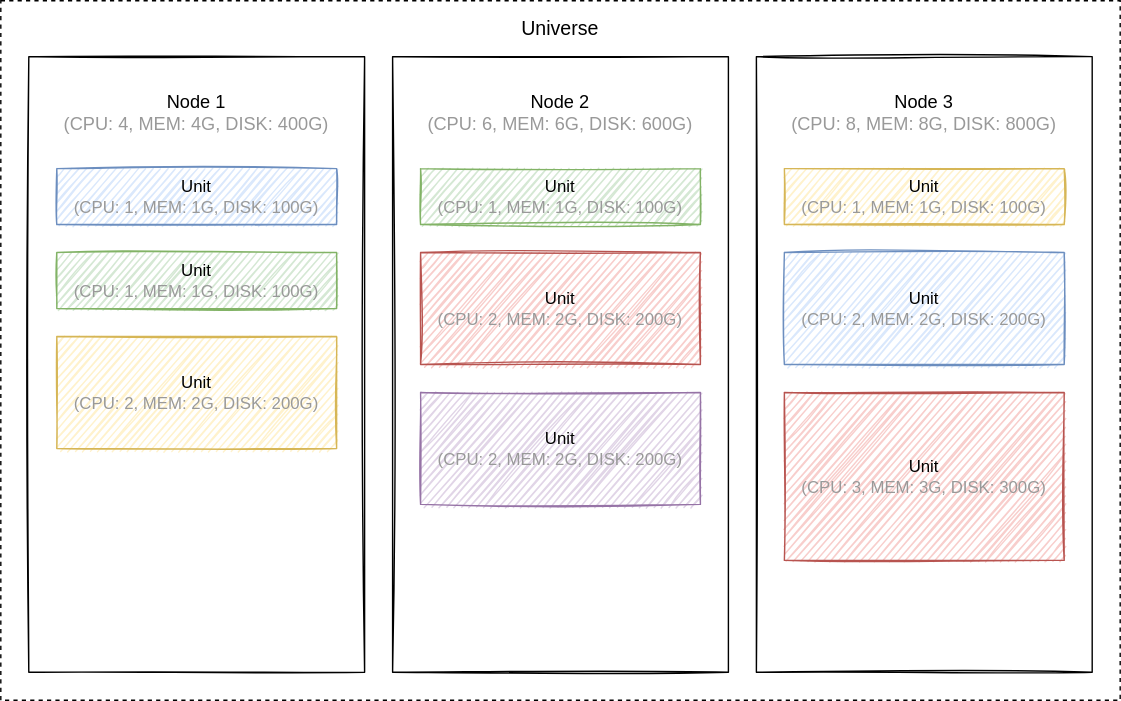
Before: docs/images/microunit-architecture.drawio.svg, a diagram exported from draw.io (engula/engula). Source tidied: cells renumbered, new cells last; positions are measured from the earlier drawing's top-left corner, leaving out a move shared by most shapes.
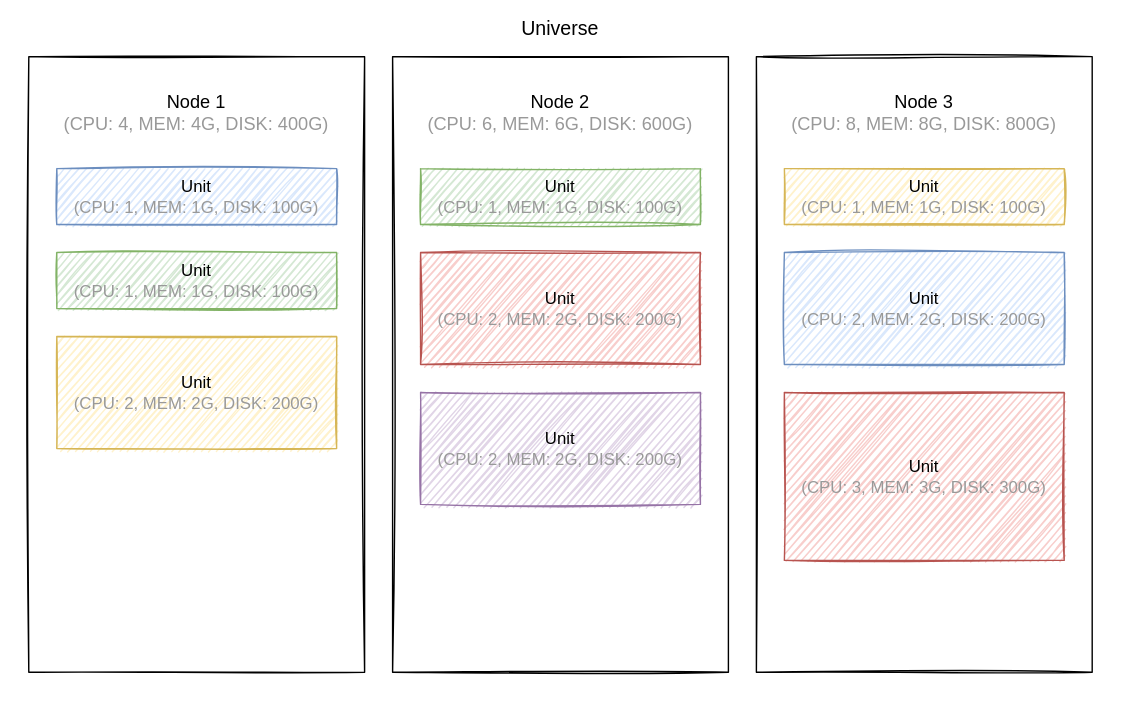
Above is the later version.

The edit, as a diff of the source:
```diff
@@ -2,16 +2,16 @@
   <root>
     <mxCell id="0" />
     <mxCell id="1" parent="0" />
-    <mxCell id="2" style="rounded=0;whiteSpace=wrap;html=1;dashed=1;fillColor=none;" parent="1" vertex="1">
+    <mxCell id="2" style="rounded=0;whiteSpace=wrap;html=1;dashed=1;strokeColor=none;sketch=1;" parent="1" vertex="1">
       <mxGeometry width="800" height="500" as="geometry" />
     </mxCell>
-    <mxCell id="3" value="Universe" style="text;html=1;strokeColor=none;fillColor=none;align=center;verticalAlign=middle;whiteSpace=wrap;rounded=0;dashed=1;fontSize=14;" parent="1" vertex="1">
+    <mxCell id="3" value="Universe" style="text;html=1;strokeColor=none;fillColor=none;align=center;verticalAlign=middle;whiteSpace=wrap;rounded=0;dashed=1;fontSize=14;sketch=1;" parent="1" vertex="1">
       <mxGeometry x="360" width="80" height="40" as="geometry" />
     </mxCell>
     <mxCell id="4" style="rounded=0;whiteSpace=wrap;html=1;sketch=1;" parent="1" vertex="1">
       <mxGeometry x="20" y="40" width="240" height="440" as="geometry" />
     </mxCell>
-    <mxCell id="5" value="&lt;font style=&quot;font-size: 13px&quot;&gt;Node 1&lt;br style=&quot;font-size: 13px&quot;&gt;&lt;font color=&quot;#999999&quot;&gt;(CPU: 4, MEM: 4G, DISK: 400G)&lt;/font&gt;&lt;br style=&quot;font-size: 13px&quot;&gt;&lt;/font&gt;" style="text;html=1;strokeColor=none;fillColor=none;align=center;verticalAlign=middle;whiteSpace=wrap;rounded=0;fontSize=13;" parent="1" vertex="1">
+    <mxCell id="5" value="&lt;font style=&quot;font-size: 13px&quot;&gt;Node 1&lt;br style=&quot;font-size: 13px&quot;&gt;&lt;font color=&quot;#999999&quot;&gt;(CPU: 4, MEM: 4G, DISK: 400G)&lt;/font&gt;&lt;br style=&quot;font-size: 13px&quot;&gt;&lt;/font&gt;" style="text;html=1;strokeColor=none;fillColor=none;align=center;verticalAlign=middle;whiteSpace=wrap;rounded=0;fontSize=13;sketch=1;" parent="1" vertex="1">
       <mxGeometry x="20" y="40" width="240" height="80" as="geometry" />
     </mxCell>
     <mxCell id="6" value="&lt;font style=&quot;font-size: 12px&quot;&gt;Unit&lt;br&gt;&lt;font color=&quot;#999999&quot; style=&quot;font-size: 12px&quot;&gt;(CPU: 1, MEM: 1G, DISK: 100G)&lt;/font&gt;&lt;/font&gt;" style="rounded=0;whiteSpace=wrap;html=1;fillColor=#dae8fc;sketch=1;strokeColor=#6c8ebf;" parent="1" vertex="1">
@@ -23,7 +23,7 @@
     <mxCell id="8" style="rounded=0;whiteSpace=wrap;html=1;sketch=1;" parent="1" vertex="1">
       <mxGeometry x="280" y="40" width="240" height="440" as="geometry" />
     </mxCell>
-    <mxCell id="9" value="&lt;font style=&quot;font-size: 13px&quot;&gt;Node 2&lt;br style=&quot;font-size: 13px&quot;&gt;&lt;font color=&quot;#999999&quot;&gt;(CPU: 6, MEM: 6G, DISK: 600G)&lt;/font&gt;&lt;br style=&quot;font-size: 13px&quot;&gt;&lt;/font&gt;" style="text;html=1;strokeColor=none;fillColor=none;align=center;verticalAlign=middle;whiteSpace=wrap;rounded=0;fontSize=13;" parent="1" vertex="1">
+    <mxCell id="9" value="&lt;font style=&quot;font-size: 13px&quot;&gt;Node 2&lt;br style=&quot;font-size: 13px&quot;&gt;&lt;font color=&quot;#999999&quot;&gt;(CPU: 6, MEM: 6G, DISK: 600G)&lt;/font&gt;&lt;br style=&quot;font-size: 13px&quot;&gt;&lt;/font&gt;" style="text;html=1;strokeColor=none;fillColor=none;align=center;verticalAlign=middle;whiteSpace=wrap;rounded=0;fontSize=13;sketch=1;" parent="1" vertex="1">
       <mxGeometry x="280" y="40" width="240" height="80" as="geometry" />
     </mxCell>
     <mxCell id="10" value="&lt;font style=&quot;font-size: 12px&quot;&gt;Unit&lt;br&gt;&lt;font color=&quot;#999999&quot; style=&quot;font-size: 12px&quot;&gt;(CPU: 1, MEM: 1G, DISK: 100G)&lt;/font&gt;&lt;/font&gt;" style="rounded=0;whiteSpace=wrap;html=1;fillColor=#d5e8d4;strokeColor=#82b366;sketch=1;" parent="1" vertex="1">
@@ -35,7 +35,7 @@
     <mxCell id="12" style="rounded=0;whiteSpace=wrap;html=1;sketch=1;" parent="1" vertex="1">
       <mxGeometry x="540" y="40" width="240" height="440" as="geometry" />
     </mxCell>
-    <mxCell id="13" value="&lt;font style=&quot;font-size: 13px&quot;&gt;Node 3&lt;br style=&quot;font-size: 13px&quot;&gt;&lt;font color=&quot;#999999&quot;&gt;(CPU: 8, MEM: 8G, DISK: 800G)&lt;/font&gt;&lt;br style=&quot;font-size: 13px&quot;&gt;&lt;/font&gt;" style="text;html=1;strokeColor=none;fillColor=none;align=center;verticalAlign=middle;whiteSpace=wrap;rounded=0;fontSize=13;" parent="1" vertex="1">
+    <mxCell id="13" value="&lt;font style=&quot;font-size: 13px&quot;&gt;Node 3&lt;br style=&quot;font-size: 13px&quot;&gt;&lt;font color=&quot;#999999&quot;&gt;(CPU: 8, MEM: 8G, DISK: 800G)&lt;/font&gt;&lt;br style=&quot;font-size: 13px&quot;&gt;&lt;/font&gt;" style="text;html=1;strokeColor=none;fillColor=none;align=center;verticalAlign=middle;whiteSpace=wrap;rounded=0;fontSize=13;sketch=1;" parent="1" vertex="1">
       <mxGeometry x="540" y="40" width="240" height="80" as="geometry" />
     </mxCell>
     <mxCell id="14" value="&lt;font style=&quot;font-size: 12px&quot;&gt;Unit&lt;br&gt;&lt;font color=&quot;#999999&quot; style=&quot;font-size: 12px&quot;&gt;(CPU: 1, MEM: 1G, DISK: 100G)&lt;/font&gt;&lt;/font&gt;" style="rounded=0;whiteSpace=wrap;html=1;fillColor=#fff2cc;strokeColor=#d6b656;sketch=1;" parent="1" vertex="1">
```
